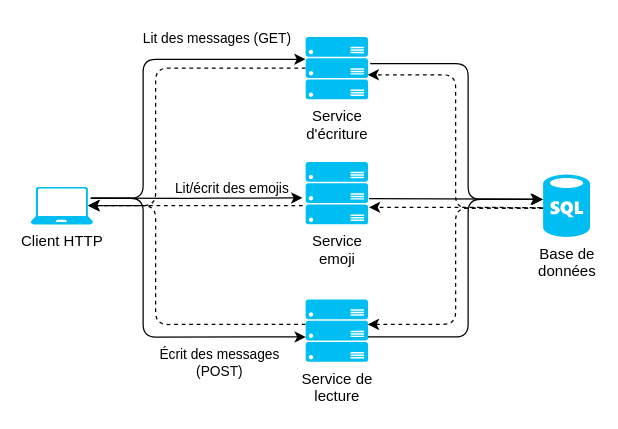
The draw.io diagram microservices-2.drawio in 16pierre/info1A_copy, before the edit. Source tidied: cells renumbered, new cells numbered last; positions are measured from the earlier drawing's top-left corner, leaving out a move shared by most shapes. Both pictures are drawn from the tidied source at 125%, with x=0, y=0 at pixel (30, 36).
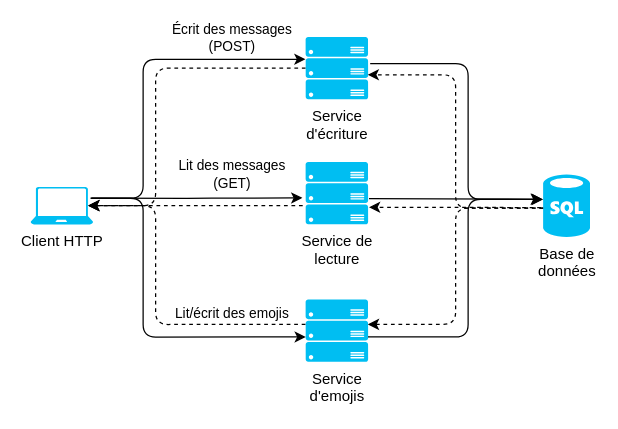
Above is the later version.

Commit message (it also covers changes not shown here):
Post lecture modifications

The change refers to these unchanged cells:
```xml
<mxCell id="3" style="endArrow=classic;html=1;exitX=0.96;exitY=0.3;exitDx=0;exitDy=0;exitPerimeter=0;entryX=-0.002;entryY=0.359;entryDx=0;entryDy=0;entryPerimeter=0;edgeStyle=orthogonalEdgeStyle;" parent="1" edge="1" source="2" target="6">
  <mxGeometry relative="1" as="geometry">
    <Array as="points">
      <mxPoint x="90" y="129" />
      <mxPoint x="90" y="18" />
    </Array>
  </mxGeometry>
</mxCell>
<mxCell id="10" style="endArrow=classic;html=1;exitX=0.96;exitY=0.3;exitDx=0;exitDy=0;exitPerimeter=0;entryX=0.003;entryY=0.601;entryDx=0;entryDy=0;entryPerimeter=0;edgeStyle=orthogonalEdgeStyle;" parent="1" edge="1" target="9">
  <mxGeometry relative="1" as="geometry">
    <mxPoint x="48.1" y="129.1" as="sourcePoint" />
    <Array as="points">
      <mxPoint x="90" y="129" />
      <mxPoint x="90" y="240" />
    </Array>
  </mxGeometry>
</mxCell>
```

Diff of the diagram source:
```diff
@@
-    <mxCell id="4" value="Lit des messages (GET)" style="edgeLabel;html=1;align=center;verticalAlign=middle;" parent="3" vertex="1">
+    <mxCell id="4" value="Lit des messages&lt;br&gt;(GET)" style="edgeLabel;html=1;align=center;verticalAlign=middle;" parent="3" vertex="1">
       <mxGeometry x="-0.15" relative="1" as="geometry">
-        <mxPoint x="58.8" y="-51" as="offset" />
+        <mxPoint x="70" y="58.7" as="offset" />
       </mxGeometry>
     </mxCell>
@@
-    <mxCell id="9" value="Service de&lt;br&gt;lecture" style="verticalLabelPosition=bottom;html=1;verticalAlign=top;align=center;strokeColor=none;fillColor=#00BEF2;shape=mxgraph.azure.server_rack;" parent="1" vertex="1">
+    <mxCell id="9" value="Service&lt;br&gt;d'emojis" style="verticalLabelPosition=bottom;html=1;verticalAlign=top;align=center;strokeColor=none;fillColor=#00BEF2;shape=mxgraph.azure.server_rack;" parent="1" vertex="1">
       <mxGeometry x="220" y="210" width="50" height="50" as="geometry" />
     </mxCell>
@@
     <mxCell id="11" value="Écrit des messages&lt;br&gt;(POST)" style="edgeLabel;html=1;align=center;verticalAlign=middle;" parent="10" vertex="1">
       <mxGeometry x="-0.15" relative="1" as="geometry">
-        <mxPoint x="60" y="53.1" as="offset" />
+        <mxPoint x="70" y="-206.8" as="offset" />
       </mxGeometry>
     </mxCell>
@@
-    <mxCell id="16" value="Service&lt;br&gt;emoji" style="verticalLabelPosition=bottom;html=1;verticalAlign=top;align=center;strokeColor=none;fillColor=#00BEF2;shape=mxgraph.azure.server_rack;" parent="1" vertex="1">
+    <mxCell id="16" value="Service de&lt;br&gt;lecture" style="verticalLabelPosition=bottom;html=1;verticalAlign=top;align=center;strokeColor=none;fillColor=#00BEF2;shape=mxgraph.azure.server_rack;" parent="1" vertex="1">
       <mxGeometry x="220" y="100" width="50" height="50" as="geometry" />
     </mxCell>
@@
     <mxCell id="21" value="Lit/écrit des emojis" style="edgeLabel;html=1;align=center;verticalAlign=middle;" parent="1" vertex="1">
-      <mxGeometry x="160" y="120" as="geometry" />
+      <mxGeometry x="160" y="220" as="geometry" />
     </mxCell>
```
